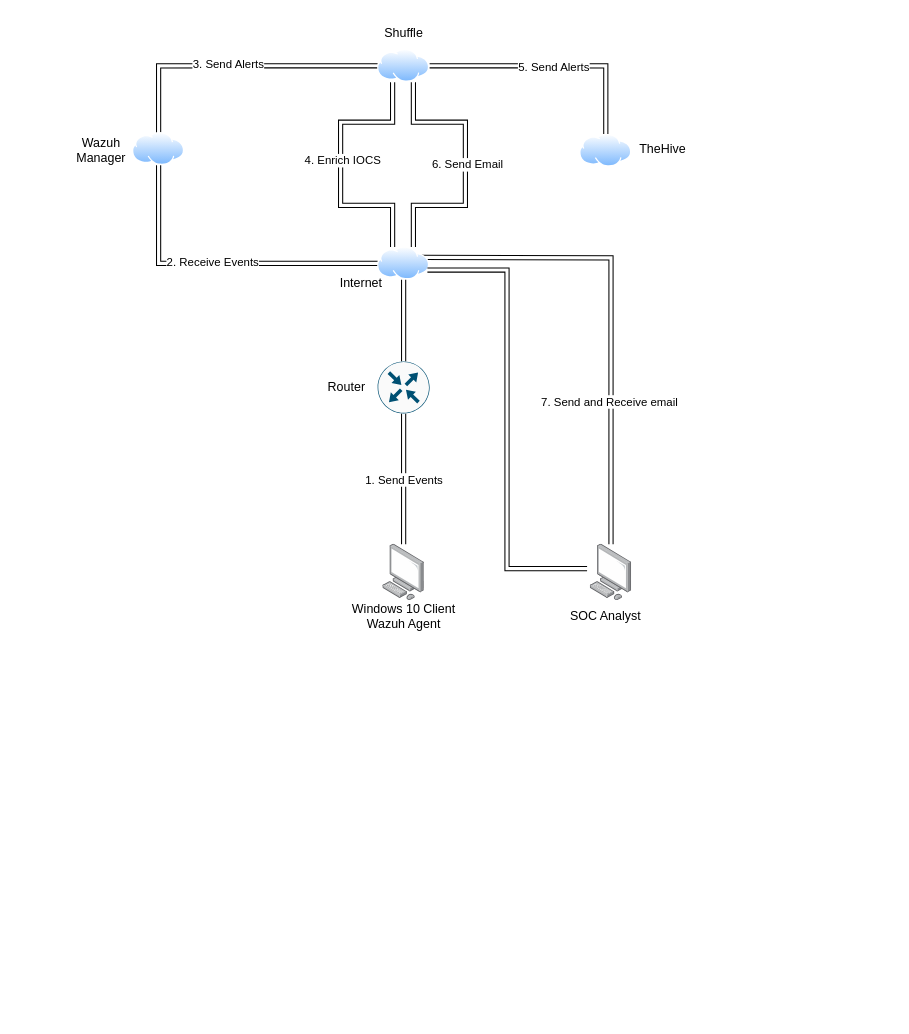
This is SOC-Automation.drawio from Hash-Horizon/SOC-Automation, a draw.io file, before an edit. Source tidied: cells renumbered, new cells numbered last; positions are measured from the earlier drawing's top-left corner, leaving out a move shared by most shapes. Both pictures are drawn from the tidied source at 104%, with x=0, y=0 at pixel (70, 18).
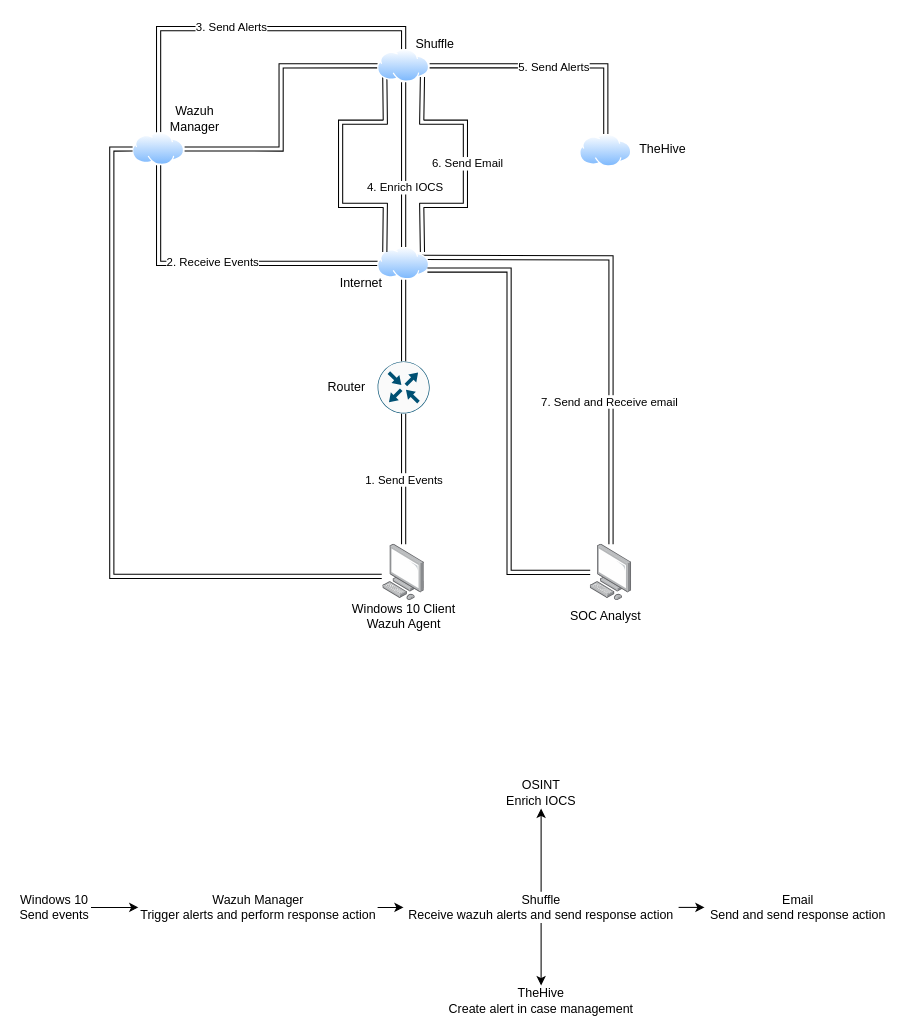
The same diagram, later.

The change refers to these unchanged cells:
```xml
<mxCell id="3" style="image;points=[];html=1;align=center;shadow=0;dashed=0;image=img/lib/allied_telesis/computer_and_terminals/Personal_Computer.svg;" parent="1" vertex="1">
  <mxGeometry x="300.6" y="505.8" width="40" height="54.2" as="geometry" />
</mxCell>
<mxCell id="9" style="image;perimeter=ellipsePerimeter;html=1;align=center;shadow=0;dashed=0;spacingTop=3;image=img/lib/active_directory/internet_cloud.svg;" parent="1" vertex="1">
  <mxGeometry x="295.6" y="220" width="50" height="31.5" as="geometry" />
</mxCell>
<mxCell id="12" style="image;perimeter=ellipsePerimeter;html=1;align=center;shadow=0;dashed=0;spacingTop=3;image=img/lib/active_directory/internet_cloud.svg;" parent="1" vertex="1">
  <mxGeometry x="60" y="110" width="50" height="31.5" as="geometry" />
</mxCell>
<mxCell id="19" style="image;perimeter=ellipsePerimeter;html=1;align=center;shadow=0;dashed=0;spacingTop=3;image=img/lib/active_directory/internet_cloud.svg;" parent="1" vertex="1">
  <mxGeometry x="295.6" y="30" width="50" height="31.5" as="geometry" />
</mxCell>
<mxCell id="25" style="image;points=[];html=1;align=center;shadow=0;dashed=0;image=img/lib/allied_telesis/computer_and_terminals/Personal_Computer.svg;" parent="1" vertex="1">
  <mxGeometry x="500" y="505.8" width="40" height="54.2" as="geometry" />
</mxCell>
```

What changed in the source:
```diff
@@
-    <mxCell id="10" style="rounded=0;jettySize=auto;html=1;entryX=0;entryY=0.5;entryDx=0;entryDy=0;shape=link;edgeStyle=orthogonalEdgeStyle;exitX=0.5;exitY=0;exitDx=0;exitDy=0;" parent="1" edge="1" source="12" target="19">
+    <mxCell id="10" style="rounded=0;jettySize=auto;html=1;entryX=0.5;entryY=0;entryDx=0;entryDy=0;shape=link;edgeStyle=orthogonalEdgeStyle;exitX=0.5;exitY=0;exitDx=0;exitDy=0;" parent="1" edge="1" source="12" target="19">
       <mxGeometry relative="1" as="geometry" />
     </mxCell>
@@
-    <mxCell id="13" style="rounded=0;orthogonalLoop=1;jettySize=auto;html=1;entryX=0.5;entryY=0;entryDx=0;entryDy=0;shape=link;" parent="1" edge="1">
+    <mxCell id="13" style="rounded=0;jettySize=auto;html=1;entryX=0;entryY=0;entryDx=0;entryDy=0;shape=link;exitX=0;exitY=1;exitDx=0;exitDy=0;" parent="1" edge="1" source="19" target="9">
       <mxGeometry relative="1" as="geometry">
-        <mxPoint x="310" y="61.5" as="sourcePoint" />
-        <mxPoint x="310" y="220" as="targetPoint" />
         <Array as="points">
-          <mxPoint x="310" y="100" />
+          <mxPoint x="303" y="100" />
           <mxPoint x="260" y="100" />
           <mxPoint x="260" y="180" />
-          <mxPoint x="310" y="180" />
+          <mxPoint x="303" y="180" />
         </Array>
       </mxGeometry>
     </mxCell>
-    <mxCell id="14" value="4. Enrich IOCS" style="edgeLabel;html=1;align=center;verticalAlign=middle;" parent="13" vertex="1">
-      <mxGeometry x="-0.03" y="1" relative="1" as="geometry" />
-    </mxCell>
@@
-    <mxCell id="17" style="rounded=0;orthogonalLoop=1;jettySize=auto;html=1;exitX=0.5;exitY=1;exitDx=0;exitDy=0;shape=link;" parent="1" edge="1">
+    <mxCell id="17" style="rounded=0;jettySize=auto;html=1;exitX=1;exitY=1;exitDx=0;exitDy=0;shape=link;entryX=1;entryY=0;entryDx=0;entryDy=0;" parent="1" edge="1" source="19" target="9">
       <mxGeometry relative="1" as="geometry">
-        <mxPoint x="330" y="61.5" as="sourcePoint" />
-        <mxPoint x="330" y="220" as="targetPoint" />
         <Array as="points">
-          <mxPoint x="330" y="100" />
+          <mxPoint x="338" y="100" />
           <mxPoint x="380" y="100" />
           <mxPoint x="380" y="180" />
-          <mxPoint x="330" y="180" />
+          <mxPoint x="338" y="180" />
         </Array>
       </mxGeometry>
     </mxCell>
@@
+    <mxCell id="32" style="rounded=0;jettySize=auto;html=1;exitX=0.5;exitY=1;exitDx=0;exitDy=0;shape=link;" parent="1" edge="1" source="19" target="9">
+      <mxGeometry relative="1" as="geometry" />
+    </mxCell>
+    <mxCell id="14" value="4. Enrich IOCS" style="edgeLabel;html=1;align=center;verticalAlign=middle;" parent="32" vertex="1">
+      <mxGeometry x="0.28" y="1" relative="1" as="geometry" />
+    </mxCell>
+    <mxCell id="33" style="edgeStyle=orthogonalEdgeStyle;rounded=0;jettySize=auto;html=1;exitX=0;exitY=0.5;exitDx=0;exitDy=0;entryX=1;entryY=0.5;entryDx=0;entryDy=0;shape=link;" parent="1" edge="1" source="19" target="12">
+      <mxGeometry relative="1" as="geometry" />
+    </mxCell>
@@
     <mxCell id="27" value="Wazuh Manager" style="text;strokeColor=none;align=center;fillColor=none;html=1;verticalAlign=middle;whiteSpace=wrap;rounded=0;" parent="1" vertex="1">
-      <mxGeometry y="111.5" width="60" height="30" as="geometry" />
+      <mxGeometry x="90" y="81.5" width="60" height="30" as="geometry" />
     </mxCell>
     <mxCell id="28" value="Shuffle" style="text;strokeColor=none;align=center;fillColor=none;html=1;verticalAlign=middle;whiteSpace=wrap;rounded=0;" parent="1" vertex="1">
-      <mxGeometry x="290.6" width="60" height="30" as="geometry" />
+      <mxGeometry x="320.6" y="10" width="60" height="30" as="geometry" />
     </mxCell>
@@
-    <mxCell id="31" style="edgeStyle=elbowEdgeStyle;rounded=0;jettySize=auto;html=1;entryX=-0.075;entryY=0.433;entryDx=0;entryDy=0;entryPerimeter=0;shape=link;exitX=1;exitY=0.75;exitDx=0;exitDy=0;" parent="1" edge="1" source="9" target="25">
+    <mxCell id="31" style="edgeStyle=elbowEdgeStyle;rounded=0;jettySize=auto;html=1;shape=link;exitX=1;exitY=0.75;exitDx=0;exitDy=0;" parent="1" edge="1" source="9" target="25">
       <mxGeometry relative="1" as="geometry" />
     </mxCell>
+    <mxCell id="34" style="edgeStyle=orthogonalEdgeStyle;rounded=0;jettySize=auto;html=1;exitX=0;exitY=0.5;exitDx=0;exitDy=0;entryX=-0.026;entryY=0.57;entryDx=0;entryDy=0;entryPerimeter=0;shape=link;" parent="1" edge="1" source="12" target="3">
+      <mxGeometry relative="1" as="geometry" />
+    </mxCell>
+    <mxCell id="35" style="edgeStyle=orthogonalEdgeStyle;rounded=0;jettySize=auto;html=1;entryX=0;entryY=0.5;entryDx=0;entryDy=0;" parent="1" edge="1" source="36" target="38">
+      <mxGeometry relative="1" as="geometry" />
+    </mxCell>
+    <mxCell id="36" value="Windows 10&lt;br&gt;Send events" style="text;strokeColor=none;align=center;fillColor=none;html=1;verticalAlign=middle;whiteSpace=wrap;rounded=0;" parent="1" vertex="1">
+      <mxGeometry x="-50" y="840" width="70" height="30" as="geometry" />
+    </mxCell>
+    <mxCell id="37" style="edgeStyle=orthogonalEdgeStyle;rounded=0;jettySize=auto;html=1;entryX=0;entryY=0.5;entryDx=0;entryDy=0;" parent="1" edge="1" source="38" target="42">
+      <mxGeometry relative="1" as="geometry" />
+    </mxCell>
+    <mxCell id="38" value="Wazuh Manager&lt;br&gt;Trigger alerts and perform response action" style="text;strokeColor=none;align=center;fillColor=none;html=1;verticalAlign=middle;whiteSpace=wrap;rounded=0;" parent="1" vertex="1">
+      <mxGeometry x="65.6" y="840" width="230" height="30" as="geometry" />
+    </mxCell>
+    <mxCell id="39" style="edgeStyle=orthogonalEdgeStyle;rounded=0;jettySize=auto;html=1;entryX=0.5;entryY=1;entryDx=0;entryDy=0;" parent="1" edge="1" source="42" target="44">
+      <mxGeometry relative="1" as="geometry" />
+    </mxCell>
+    <mxCell id="40" style="edgeStyle=orthogonalEdgeStyle;rounded=0;jettySize=auto;html=1;exitX=0.5;exitY=1;exitDx=0;exitDy=0;entryX=0.5;entryY=0;entryDx=0;entryDy=0;" parent="1" edge="1" source="42" target="45">
+      <mxGeometry relative="1" as="geometry" />
+    </mxCell>
+    <mxCell id="41" style="edgeStyle=orthogonalEdgeStyle;rounded=0;jettySize=auto;html=1;exitX=1;exitY=0.5;exitDx=0;exitDy=0;entryX=0;entryY=0.5;entryDx=0;entryDy=0;" parent="1" edge="1" source="42" target="43">
+      <mxGeometry relative="1" as="geometry" />
+    </mxCell>
+    <mxCell id="42" value="Shuffle&lt;br&gt;Receive wazuh alerts and send response action" style="text;strokeColor=none;align=center;fillColor=none;html=1;verticalAlign=middle;whiteSpace=wrap;rounded=0;" parent="1" vertex="1">
+      <mxGeometry x="320.6" y="840" width="264.4" height="30" as="geometry" />
+    </mxCell>
+    <mxCell id="43" value="Email&lt;br&gt;Send and send response action" style="text;strokeColor=none;align=center;fillColor=none;html=1;verticalAlign=middle;whiteSpace=wrap;rounded=0;" parent="1" vertex="1">
+      <mxGeometry x="610" y="840" width="180" height="30" as="geometry" />
+    </mxCell>
+    <mxCell id="44" value="OSINT&lt;br&gt;Enrich IOCS" style="text;strokeColor=none;align=center;fillColor=none;html=1;verticalAlign=middle;whiteSpace=wrap;rounded=0;" parent="1" vertex="1">
+      <mxGeometry x="417.8" y="730" width="70" height="30" as="geometry" />
+    </mxCell>
+    <mxCell id="45" value="TheHive&lt;br&gt;Create alert in case management" style="text;strokeColor=none;align=center;fillColor=none;html=1;verticalAlign=middle;whiteSpace=wrap;rounded=0;" parent="1" vertex="1">
+      <mxGeometry x="357.8" y="930" width="190" height="30" as="geometry" />
+    </mxCell>
```
